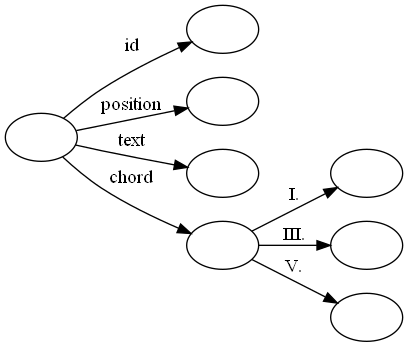
The Graphviz diagram szakdolgozat/images/img_src/rdf_graph_2.png in Ancsak01/szakdolgozat, before a commit. Its source is kept beside it as szakdolgozat/images/img_src/rdf_graph_2.dot.
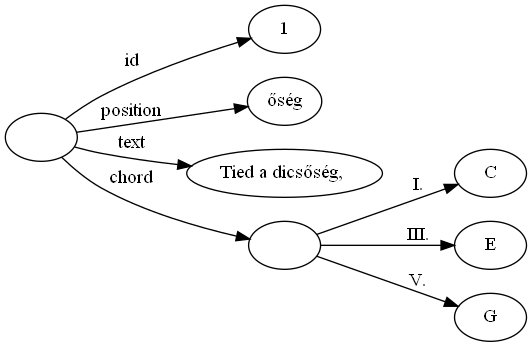
The same diagram one commit later.

Change to the diagram source:
```diff
@@ -1,13 +1,13 @@
 digraph g {
     rankdir=LR
     Segment [label=""]
-    ID [label=""]
-    Position [label=""]
-    Text [label=""]
+    ID [label="1"]
+    Position [label="őség"]
+    Text [label="Tied a dicsőség, "]
     Chord [label=""]
-    Deg1 [label=""]
-    Deg3 [label=""]
-    Deg5 [label=""]
+    Deg1 [label="C"]
+    Deg3 [label="E"]
+    Deg5 [label="G"]
     Segment -> ID [label="id"]
     Segment -> Position [label="position"]
     Segment -> Text [label="text"]
```
